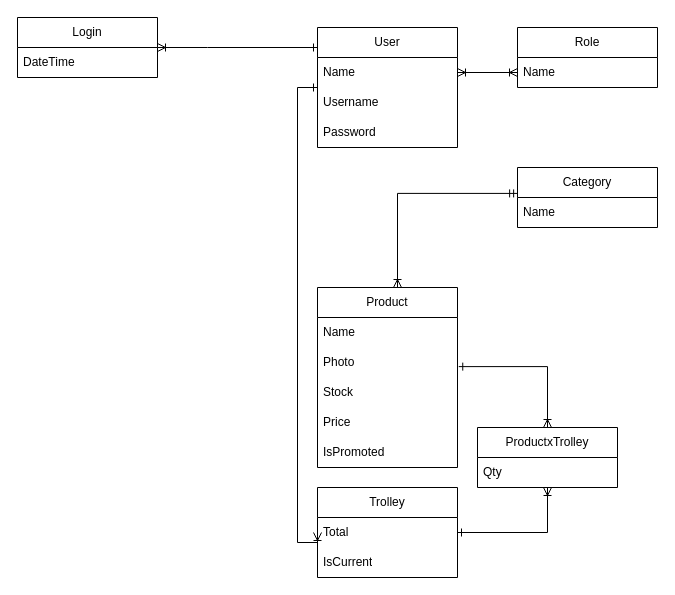
Before: Documentation/DatabaseDiagram.drawio in llanos1205/SOFT703A2, a draw.io diagram. Source tidied: cells renumbered, new cells numbered last; positions are measured from the earlier drawing's top-left corner, leaving out a move shared by most shapes. Both pictures are drawn from the tidied source at 100%, with x=0, y=0 at pixel (17, 17).
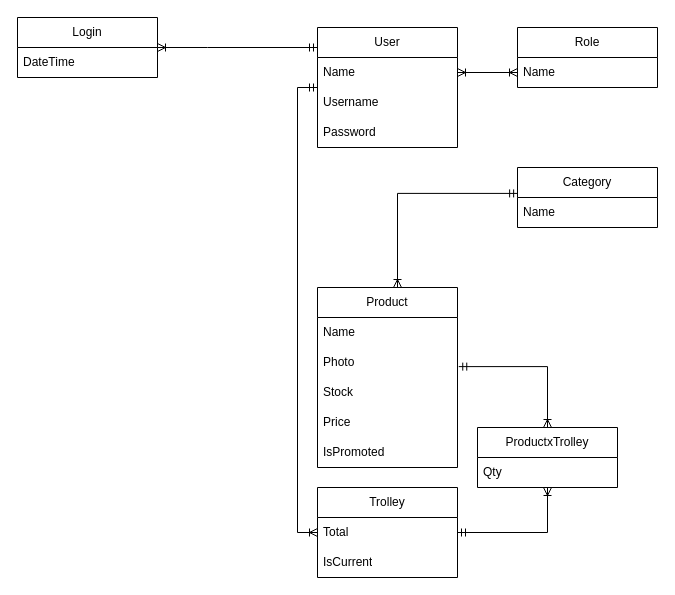
Above is the later version.

Commit message (it also covers changes not shown here):
Added seed data Fixed DB Diagram

Unchanged cells that the change refers to:
```xml
<mxCell id="3" value="User" style="swimlane;fontStyle=0;horizontal=1;startSize=30;whiteSpace=wrap;html=1;" parent="1" vertex="1">
  <mxGeometry x="300" y="10" width="140" height="120" as="geometry" />
</mxCell>
<mxCell id="10" value="Photo" style="text;strokeColor=none;fillColor=none;align=left;verticalAlign=middle;spacingLeft=4;spacingRight=4;overflow=hidden;points=[[0,0.5],[1,0.5]];portConstraint=eastwest;whiteSpace=wrap;html=1;" parent="8" vertex="1">
  <mxGeometry y="60" width="140" height="30" as="geometry" />
</mxCell>
<mxCell id="15" value="Total" style="text;strokeColor=none;fillColor=none;align=left;verticalAlign=middle;spacingLeft=4;spacingRight=4;overflow=hidden;points=[[0,0.5],[1,0.5]];portConstraint=eastwest;whiteSpace=wrap;html=1;" parent="14" vertex="1">
  <mxGeometry y="30" width="140" height="30" as="geometry" />
</mxCell>
<mxCell id="20" value="ProductxTrolley" style="swimlane;fontStyle=0;horizontal=1;startSize=30;whiteSpace=wrap;html=1;" parent="1" vertex="1">
  <mxGeometry x="460" y="410" width="140" height="60" as="geometry" />
</mxCell>
<mxCell id="21" value="Qty" style="text;strokeColor=none;fillColor=none;align=left;verticalAlign=middle;spacingLeft=4;spacingRight=4;overflow=hidden;points=[[0,0.5],[1,0.5]];portConstraint=eastwest;whiteSpace=wrap;html=1;" parent="20" vertex="1">
  <mxGeometry y="30" width="140" height="30" as="geometry" />
</mxCell>
<mxCell id="27" value="Login" style="swimlane;fontStyle=0;horizontal=1;startSize=30;whiteSpace=wrap;html=1;" parent="1" vertex="1">
  <mxGeometry width="140" height="60" as="geometry" />
</mxCell>
```

Change to the diagram source:
```diff
@@
-    <mxCell id="2" style="edgeStyle=orthogonalEdgeStyle;rounded=0;jettySize=auto;html=1;entryX=0;entryY=0.5;entryDx=0;entryDy=0;startArrow=ERone;startFill=0;endArrow=ERoneToMany;endFill=0;" parent="1" edge="1" source="3" target="15">
+    <mxCell id="2" style="edgeStyle=orthogonalEdgeStyle;rounded=0;jettySize=auto;html=1;entryX=0;entryY=0.5;entryDx=0;entryDy=0;startArrow=ERmandOne;startFill=0;endArrow=ERoneToMany;endFill=0;" parent="1" edge="1" source="3" target="15">
       <mxGeometry relative="1" as="geometry">
         <Array as="points">
           <mxPoint x="280" y="70" />
-          <mxPoint x="280" y="525" />
+          <mxPoint x="280" y="515" />
         </Array>
       </mxGeometry>
     </mxCell>
@@
-    <mxCell id="19" style="edgeStyle=orthogonalEdgeStyle;rounded=0;jettySize=auto;html=1;entryX=1.009;entryY=0.637;entryDx=0;entryDy=0;entryPerimeter=0;startArrow=ERoneToMany;startFill=0;endArrow=ERone;endFill=0;" parent="1" edge="1" source="20" target="10">
+    <mxCell id="19" style="edgeStyle=orthogonalEdgeStyle;rounded=0;jettySize=auto;html=1;entryX=1.009;entryY=0.637;entryDx=0;entryDy=0;entryPerimeter=0;startArrow=ERoneToMany;startFill=0;endArrow=ERmandOne;endFill=0;" parent="1" edge="1" source="20" target="10">
       <mxGeometry relative="1" as="geometry" />
     </mxCell>
@@
-    <mxCell id="22" style="edgeStyle=orthogonalEdgeStyle;rounded=0;jettySize=auto;html=1;entryX=0.5;entryY=1;entryDx=0;entryDy=0;entryPerimeter=0;startArrow=ERone;startFill=0;endArrow=ERoneToMany;endFill=0;" parent="1" edge="1" source="15" target="21">
+    <mxCell id="22" style="edgeStyle=orthogonalEdgeStyle;rounded=0;jettySize=auto;html=1;entryX=0.5;entryY=1;entryDx=0;entryDy=0;entryPerimeter=0;startArrow=ERmandOne;startFill=0;endArrow=ERoneToMany;endFill=0;" parent="1" edge="1" source="15" target="21">
       <mxGeometry relative="1" as="geometry" />
     </mxCell>
@@
-    <mxCell id="26" style="edgeStyle=orthogonalEdgeStyle;rounded=0;jettySize=auto;html=1;startArrow=ERoneToMany;startFill=0;endArrow=ERone;endFill=0;" parent="1" edge="1" source="27" target="3">
+    <mxCell id="26" style="edgeStyle=orthogonalEdgeStyle;rounded=0;jettySize=auto;html=1;startArrow=ERoneToMany;startFill=0;endArrow=ERmandOne;endFill=0;" parent="1" edge="1" source="27" target="3">
       <mxGeometry relative="1" as="geometry">
         <Array as="points">
           <mxPoint x="190" y="30" />
           <mxPoint x="190" y="30" />
         </Array>
       </mxGeometry>
     </mxCell>
```
